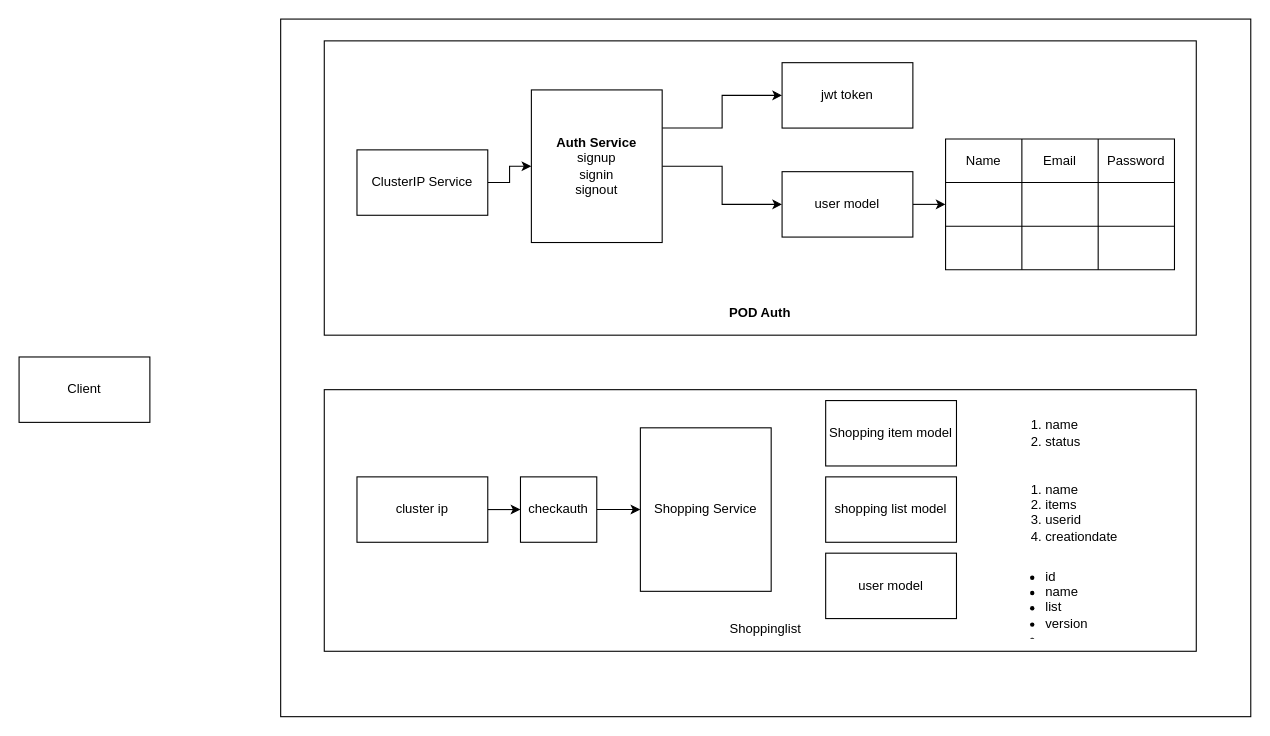
Before: page "Highlevel-Arch" (2 of 4) of Untitled.drawio in supran2811/familyApp, a draw.io diagram. Source tidied: cells renumbered, new cells numbered last; positions are measured from the earlier drawing's top-left corner, leaving out a move shared by most shapes. Both pictures are drawn from the tidied source at 109%, with x=0, y=0 at pixel (19, 19).
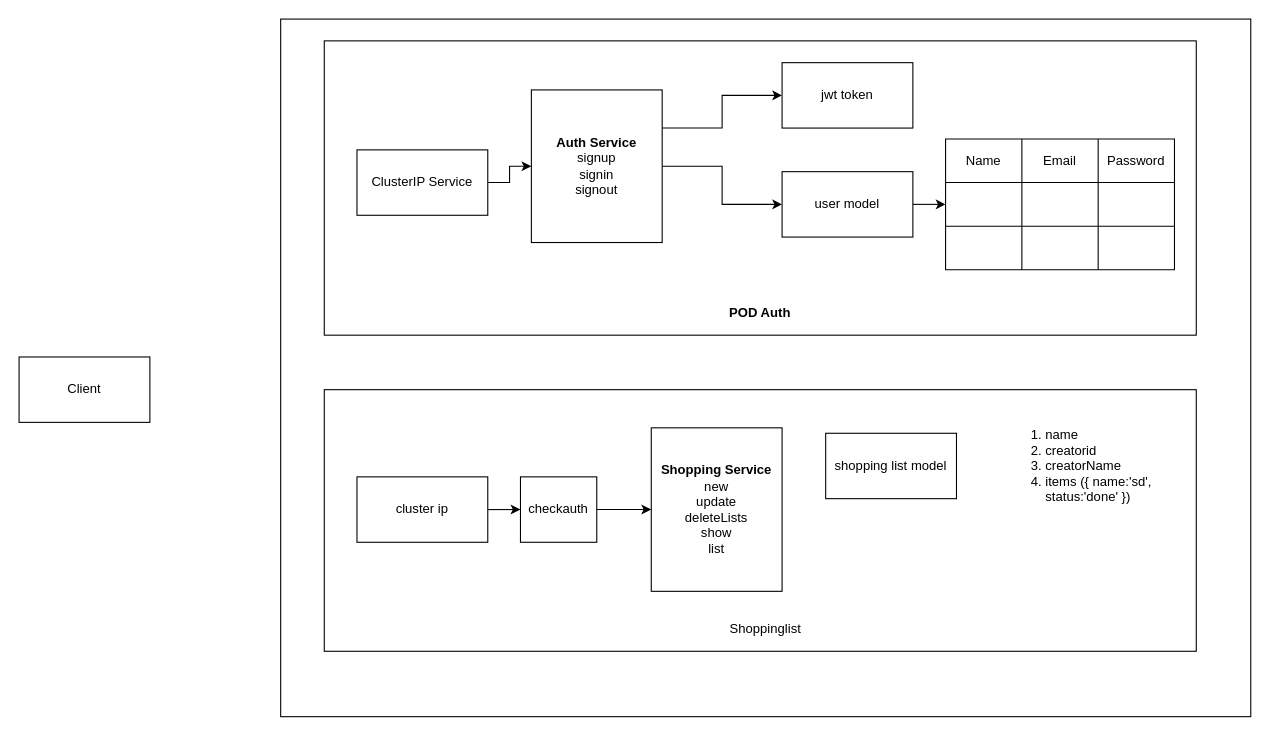
The same page after the edit.

The edit, as a diff of the source:
```diff
@@
-    <mxCell id="30" value="Shopping Service&lt;br&gt;" style="rounded=0;whiteSpace=wrap;html=1;" parent="1" vertex="1">
-      <mxGeometry x="570" y="375" width="120" height="150" as="geometry" />
+    <mxCell id="30" value="&lt;b&gt;Shopping Service&lt;/b&gt;&lt;br&gt;new&lt;br&gt;update&lt;br&gt;deleteLists&lt;br&gt;show&lt;br&gt;list&lt;br&gt;" style="rounded=0;whiteSpace=wrap;html=1;" parent="1" vertex="1">
+      <mxGeometry x="580" y="375" width="120" height="150" as="geometry" />
     </mxCell>
@@
-    <mxCell id="35" value="user model" style="rounded=0;whiteSpace=wrap;html=1;" parent="1" vertex="1">
-      <mxGeometry x="740" y="490" width="120" height="60" as="geometry" />
-    </mxCell>
     <mxCell id="36" value="shopping list model" style="rounded=0;whiteSpace=wrap;html=1;" parent="1" vertex="1">
-      <mxGeometry x="740" y="420" width="120" height="60" as="geometry" />
+      <mxGeometry x="740" y="380" width="120" height="60" as="geometry" />
     </mxCell>
-    <mxCell id="37" value="&lt;ul&gt;&lt;li&gt;id&lt;/li&gt;&lt;li&gt;name&lt;/li&gt;&lt;li&gt;list&lt;/li&gt;&lt;li&gt;version&lt;/li&gt;&lt;li&gt;&lt;br&gt;&lt;/li&gt;&lt;/ul&gt;" style="text;strokeColor=none;fillColor=none;html=1;whiteSpace=wrap;verticalAlign=middle;overflow=hidden;" parent="1" vertex="1">
-      <mxGeometry x="900" y="490" width="100" height="80" as="geometry" />
-    </mxCell>
-    <mxCell id="38" value="&lt;ol&gt;&lt;li&gt;name&lt;/li&gt;&lt;li&gt;items&lt;/li&gt;&lt;li&gt;userid&lt;/li&gt;&lt;li&gt;creationdate&lt;/li&gt;&lt;/ol&gt;" style="text;strokeColor=none;fillColor=none;html=1;whiteSpace=wrap;verticalAlign=middle;overflow=hidden;" parent="1" vertex="1">
-      <mxGeometry x="900" y="410" width="140" height="80" as="geometry" />
+    <mxCell id="38" value="&lt;ol&gt;&lt;li&gt;name&lt;/li&gt;&lt;li&gt;creatorid&lt;/li&gt;&lt;li&gt;creatorName&lt;/li&gt;&lt;li&gt;items ({ name:'sd', status:'done' })&lt;/li&gt;&lt;/ol&gt;" style="text;strokeColor=none;fillColor=none;html=1;whiteSpace=wrap;verticalAlign=middle;overflow=hidden;" parent="1" vertex="1">
+      <mxGeometry x="900" y="347.5" width="140" height="125" as="geometry" />
     </mxCell>
-    <mxCell id="39" value="Shopping item model" style="rounded=0;whiteSpace=wrap;html=1;" parent="1" vertex="1">
-      <mxGeometry x="740" y="350" width="120" height="60" as="geometry" />
-    </mxCell>
-    <mxCell id="40" value="&lt;ol&gt;&lt;li&gt;name&lt;/li&gt;&lt;li&gt;status&lt;/li&gt;&lt;/ol&gt;" style="text;strokeColor=none;fillColor=none;html=1;whiteSpace=wrap;verticalAlign=middle;overflow=hidden;" parent="1" vertex="1">
-      <mxGeometry x="900" y="350" width="100" height="60" as="geometry" />
-    </mxCell>
```
